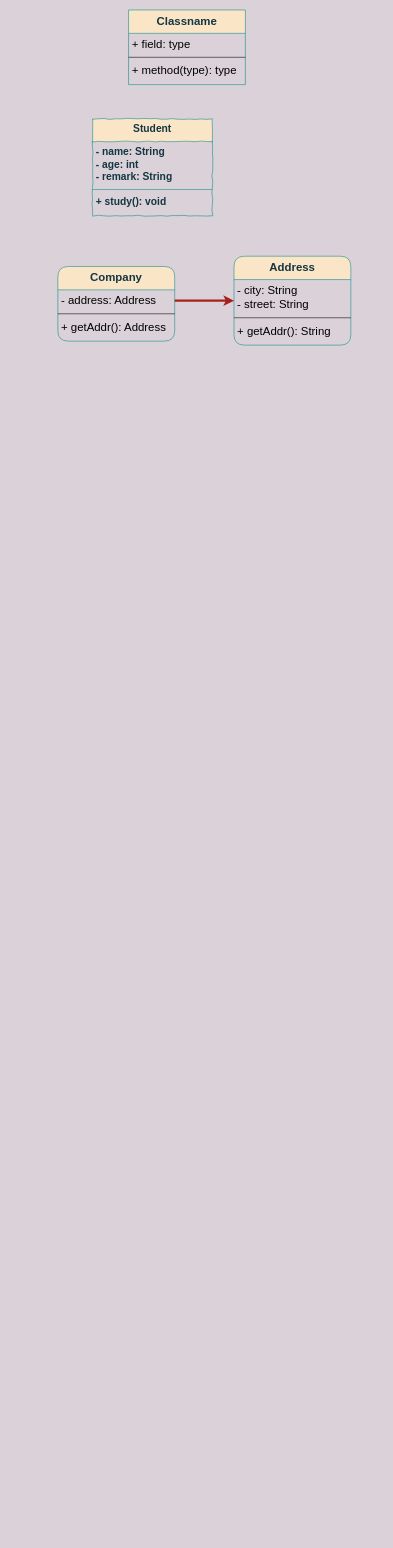
Before: 软件设计原则.drawio in C-wx/MindManager, a draw.io diagram. Source tidied: cells renumbered, new cells numbered last; positions are measured from the earlier drawing's top-left corner, leaving out a move shared by most shapes. Both pictures are drawn from the tidied source at 57%, with x=0, y=0 at pixel (58, 10).
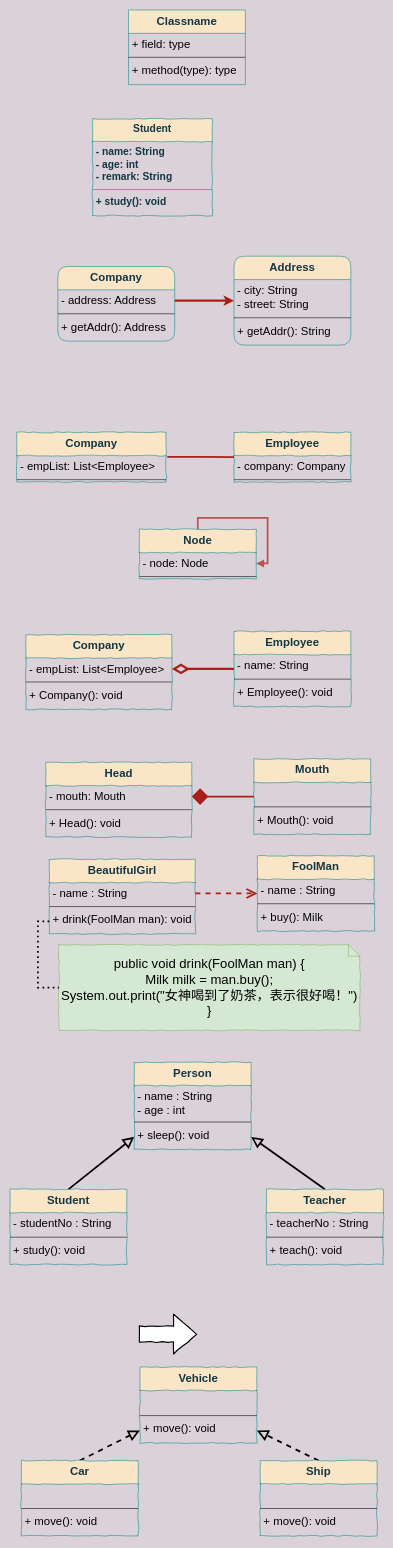
Above is the later version.

Commit message:
更新软件设计原则.drawio

The edit, as a diff of the source:
```diff
@@
+    <mxCell id="19" value="Company" style="swimlane;fontStyle=1;align=center;verticalAlign=top;horizontal=1;startSize=41;shadow=0;glass=0;comic=1;strokeColor=#0F8B8D;fillColor=#FAE5C7;fontColor=#143642;fontSize=20;rounded=0;" parent="1" vertex="1">
+      <mxGeometry x="-72" y="741" width="262" height="87" as="geometry" />
+    </mxCell>
+    <mxCell id="20" value="- empList: List&lt;Employee&gt;" style="text;strokeColor=none;fillColor=none;align=left;verticalAlign=top;spacingLeft=4;spacingRight=4;overflow=hidden;points=[[0,0.5],[1,0.5]];portConstraint=eastwest;fontSize=20;" parent="19" vertex="1">
+      <mxGeometry y="41" width="262" height="38" as="geometry" />
+    </mxCell>
+    <mxCell id="21" style="line;strokeWidth=1;fillColor=none;align=left;verticalAlign=middle;spacingTop=-1;spacingLeft=3;spacingRight=3;labelPosition=right;fontSize=20;" parent="19" vertex="1">
+      <mxGeometry y="79" width="262" height="8" as="geometry" />
+    </mxCell>
+    <mxCell id="22" value="Employee" style="swimlane;fontStyle=1;align=center;verticalAlign=top;horizontal=1;startSize=41;shadow=0;glass=0;comic=1;strokeColor=#0F8B8D;fillColor=#FAE5C7;fontColor=#143642;fontSize=20;rounded=0;" parent="1" vertex="1">
+      <mxGeometry x="309" y="741" width="205" height="87" as="geometry" />
+    </mxCell>
+    <mxCell id="23" value="- company: Company" style="text;strokeColor=none;fillColor=none;align=left;verticalAlign=top;spacingLeft=4;spacingRight=4;overflow=hidden;fontSize=20;" parent="22" vertex="1">
+      <mxGeometry y="41" width="205" height="38" as="geometry" />
+    </mxCell>
+    <mxCell id="24" style="line;strokeWidth=1;fillColor=none;align=left;verticalAlign=middle;spacingTop=-1;spacingLeft=3;spacingRight=3;labelPosition=right;fontSize=20;" parent="22" vertex="1">
+      <mxGeometry y="79" width="205" height="8" as="geometry" />
+    </mxCell>
+    <mxCell id="25" style="edgeStyle=orthogonalEdgeStyle;rounded=1;jettySize=auto;html=1;exitX=1.008;exitY=0.053;exitDx=0;exitDy=0;entryX=0;entryY=0.5;entryDx=0;entryDy=0;strokeColor=#A8201A;fillColor=#FAE5C7;fontSize=20;fontColor=#143642;strokeWidth=3;exitPerimeter=0;endArrow=none;endFill=0;" parent="1" edge="1" source="20" target="22">
+      <mxGeometry relative="1" as="geometry" />
+    </mxCell>
+    <mxCell id="26" value="Node" style="swimlane;fontStyle=1;align=center;verticalAlign=top;horizontal=1;startSize=41;shadow=0;glass=0;comic=1;strokeColor=#0F8B8D;fillColor=#FAE5C7;fontColor=#143642;fontSize=20;rounded=0;sketch=0;" parent="1" vertex="1">
+      <mxGeometry x="143" y="911" width="205" height="87" as="geometry" />
+    </mxCell>
+    <mxCell id="27" value="- node: Node" style="text;strokeColor=none;fillColor=none;align=left;verticalAlign=top;spacingLeft=4;spacingRight=4;overflow=hidden;points=[[0,0.5],[1,0.5]];portConstraint=eastwest;fontSize=20;" parent="26" vertex="1">
+      <mxGeometry y="41" width="205" height="38" as="geometry" />
+    </mxCell>
+    <mxCell id="28" style="line;strokeWidth=1;fillColor=none;align=left;verticalAlign=middle;spacingTop=-1;spacingLeft=3;spacingRight=3;labelPosition=right;fontSize=20;" parent="26" vertex="1">
+      <mxGeometry y="79" width="205" height="8" as="geometry" />
+    </mxCell>
+    <mxCell id="29" style="edgeStyle=orthogonalEdgeStyle;rounded=0;jettySize=auto;html=1;exitX=0.5;exitY=0;exitDx=0;exitDy=0;entryX=1;entryY=0.5;entryDx=0;entryDy=0;endArrow=block;endFill=1;strokeWidth=3;fillColor=#f8cecc;strokeColor=#b85450;" parent="26" edge="1" source="26" target="27">
+      <mxGeometry relative="1" as="geometry" />
+    </mxCell>
+    <mxCell id="30" value="Company" style="swimlane;fontStyle=1;align=center;verticalAlign=top;horizontal=1;startSize=41;shadow=0;glass=0;comic=1;strokeColor=#0F8B8D;fillColor=#FAE5C7;fontColor=#143642;fontSize=20;rounded=0;sketch=0;" parent="1" vertex="1">
+      <mxGeometry x="-56" y="1096" width="256" height="131" as="geometry" />
+    </mxCell>
+    <mxCell id="31" value="- empList: List&lt;Employee&gt;" style="text;strokeColor=none;fillColor=none;align=left;verticalAlign=top;spacingLeft=4;spacingRight=4;overflow=hidden;points=[[0,0.5],[1,0.5]];portConstraint=eastwest;fontSize=20;" parent="30" vertex="1">
+      <mxGeometry y="41" width="256" height="38" as="geometry" />
+    </mxCell>
+    <mxCell id="32" style="line;strokeWidth=1;fillColor=none;align=left;verticalAlign=middle;spacingTop=-1;spacingLeft=3;spacingRight=3;labelPosition=right;fontSize=20;" parent="30" vertex="1">
+      <mxGeometry y="79" width="256" height="8" as="geometry" />
+    </mxCell>
+    <mxCell id="33" value="+ Company(): void" style="text;strokeColor=none;fillColor=none;align=left;verticalAlign=top;spacingLeft=4;spacingRight=4;overflow=hidden;fontSize=20;" parent="30" vertex="1">
+      <mxGeometry y="87" width="256" height="44" as="geometry" />
+    </mxCell>
+    <mxCell id="34" value="Employee" style="swimlane;fontStyle=1;align=center;verticalAlign=top;horizontal=1;startSize=41;shadow=0;glass=0;comic=1;strokeColor=#0F8B8D;fillColor=#FAE5C7;fontColor=#143642;fontSize=20;rounded=0;" parent="1" vertex="1">
+      <mxGeometry x="309" y="1090" width="205" height="132" as="geometry" />
+    </mxCell>
+    <mxCell id="35" value="- name: String" style="text;strokeColor=none;fillColor=none;align=left;verticalAlign=top;spacingLeft=4;spacingRight=4;overflow=hidden;fontSize=20;" parent="34" vertex="1">
+      <mxGeometry y="41" width="205" height="39" as="geometry" />
+    </mxCell>
+    <mxCell id="36" style="line;strokeWidth=1;fillColor=none;align=left;verticalAlign=middle;spacingTop=-1;spacingLeft=3;spacingRight=3;labelPosition=right;fontSize=20;" parent="34" vertex="1">
+      <mxGeometry y="80" width="205" height="8" as="geometry" />
+    </mxCell>
+    <mxCell id="37" value="+ Employee(): void" style="text;strokeColor=none;fillColor=none;align=left;verticalAlign=top;spacingLeft=4;spacingRight=4;overflow=hidden;fontSize=20;" parent="34" vertex="1">
+      <mxGeometry y="88" width="205" height="44" as="geometry" />
+    </mxCell>
+    <mxCell id="38" style="edgeStyle=orthogonalEdgeStyle;rounded=1;jettySize=auto;html=1;entryX=0;entryY=0.5;entryDx=0;entryDy=0;strokeColor=#A8201A;fillColor=#FAE5C7;fontSize=20;fontColor=#143642;strokeWidth=4;endArrow=none;endFill=0;startArrow=diamondThin;startFill=0;exitX=1;exitY=0.5;exitDx=0;exitDy=0;endSize=6;startSize=20;" parent="1" edge="1" source="31" target="34">
+      <mxGeometry relative="1" as="geometry" />
+    </mxCell>
+    <mxCell id="39" value="Head" style="swimlane;fontStyle=1;align=center;verticalAlign=top;horizontal=1;startSize=41;shadow=0;glass=0;comic=1;strokeColor=#0F8B8D;fillColor=#FAE5C7;fontColor=#143642;fontSize=20;rounded=0;sketch=0;" parent="1" vertex="1">
+      <mxGeometry x="-21" y="1320" width="256" height="131" as="geometry" />
+    </mxCell>
+    <mxCell id="40" value="- mouth: Mouth" style="text;strokeColor=none;fillColor=none;align=left;verticalAlign=top;spacingLeft=4;spacingRight=4;overflow=hidden;points=[[0,0.5],[1,0.5]];portConstraint=eastwest;fontSize=20;" parent="39" vertex="1">
+      <mxGeometry y="41" width="256" height="38" as="geometry" />
+    </mxCell>
+    <mxCell id="41" style="line;strokeWidth=1;fillColor=none;align=left;verticalAlign=middle;spacingTop=-1;spacingLeft=3;spacingRight=3;labelPosition=right;fontSize=20;" parent="39" vertex="1">
+      <mxGeometry y="79" width="256" height="8" as="geometry" />
+    </mxCell>
+    <mxCell id="42" value="+ Head(): void" style="text;strokeColor=none;fillColor=none;align=left;verticalAlign=top;spacingLeft=4;spacingRight=4;overflow=hidden;fontSize=20;" parent="39" vertex="1">
+      <mxGeometry y="87" width="256" height="44" as="geometry" />
+    </mxCell>
+    <mxCell id="43" value="Mouth" style="swimlane;fontStyle=1;align=center;verticalAlign=top;horizontal=1;startSize=41;shadow=0;glass=0;comic=1;strokeColor=#0F8B8D;fillColor=#FAE5C7;fontColor=#143642;fontSize=20;rounded=0;" parent="1" vertex="1">
+      <mxGeometry x="344" y="1314" width="205" height="132" as="geometry" />
+    </mxCell>
+    <mxCell id="44" value=" " style="text;strokeColor=none;fillColor=none;align=left;verticalAlign=top;spacingLeft=4;spacingRight=4;overflow=hidden;fontSize=20;" parent="43" vertex="1">
+      <mxGeometry y="41" width="205" height="39" as="geometry" />
+    </mxCell>
+    <mxCell id="45" style="line;strokeWidth=1;fillColor=none;align=left;verticalAlign=middle;spacingTop=-1;spacingLeft=3;spacingRight=3;labelPosition=right;fontSize=20;" parent="43" vertex="1">
+      <mxGeometry y="80" width="205" height="8" as="geometry" />
+    </mxCell>
+    <mxCell id="46" value="+ Mouth(): void" style="text;strokeColor=none;fillColor=none;align=left;verticalAlign=top;spacingLeft=4;spacingRight=4;overflow=hidden;fontSize=20;" parent="43" vertex="1">
+      <mxGeometry y="88" width="205" height="44" as="geometry" />
+    </mxCell>
+    <mxCell id="47" style="edgeStyle=orthogonalEdgeStyle;rounded=1;jettySize=auto;html=1;entryX=0;entryY=0.5;entryDx=0;entryDy=0;strokeColor=#A8201A;fillColor=#FAE5C7;fontSize=20;fontColor=#143642;strokeWidth=3;endArrow=none;endFill=0;startArrow=diamond;startFill=1;exitX=1;exitY=0.5;exitDx=0;exitDy=0;endSize=6;startSize=22;sourcePerimeterSpacing=-17;" parent="1" edge="1" source="40" target="43">
+      <mxGeometry relative="1" as="geometry" />
+    </mxCell>
+    <mxCell id="48" value="BeautifulGirl" style="swimlane;fontStyle=1;align=center;verticalAlign=top;horizontal=1;startSize=41;shadow=0;glass=0;comic=1;strokeColor=#0F8B8D;fillColor=#FAE5C7;fontColor=#143642;fontSize=20;rounded=0;sketch=0;" parent="1" vertex="1">
+      <mxGeometry x="-15" y="1490" width="256" height="131" as="geometry" />
+    </mxCell>
+    <mxCell id="49" value="- name : String" style="text;strokeColor=none;fillColor=none;align=left;verticalAlign=top;spacingLeft=4;spacingRight=4;overflow=hidden;points=[[0,0.5],[1,0.5]];portConstraint=eastwest;fontSize=20;" parent="48" vertex="1">
+      <mxGeometry y="41" width="256" height="38" as="geometry" />
+    </mxCell>
+    <mxCell id="50" style="line;strokeWidth=1;fillColor=none;align=left;verticalAlign=middle;spacingTop=-1;spacingLeft=3;spacingRight=3;labelPosition=right;fontSize=20;" parent="48" vertex="1">
+      <mxGeometry y="79" width="256" height="8" as="geometry" />
+    </mxCell>
+    <mxCell id="51" value="+ drink(FoolMan man): void" style="text;strokeColor=none;fillColor=none;align=left;verticalAlign=top;spacingLeft=4;spacingRight=4;overflow=hidden;points=[[0,0.5],[1,0.5]];portConstraint=eastwest;fontSize=20;" parent="48" vertex="1">
+      <mxGeometry y="87" width="256" height="44" as="geometry" />
+    </mxCell>
+    <mxCell id="52" value="FoolMan" style="swimlane;fontStyle=1;align=center;verticalAlign=top;horizontal=1;startSize=41;shadow=0;glass=0;comic=1;strokeColor=#0F8B8D;fillColor=#FAE5C7;fontColor=#143642;fontSize=20;rounded=0;" parent="1" vertex="1">
+      <mxGeometry x="350" y="1484" width="205" height="132" as="geometry" />
+    </mxCell>
+    <mxCell id="53" value="- name : String" style="text;strokeColor=none;fillColor=none;align=left;verticalAlign=top;spacingLeft=4;spacingRight=4;overflow=hidden;fontSize=20;" parent="52" vertex="1">
+      <mxGeometry y="41" width="205" height="39" as="geometry" />
+    </mxCell>
+    <mxCell id="54" style="line;strokeWidth=1;fillColor=none;align=left;verticalAlign=middle;spacingTop=-1;spacingLeft=3;spacingRight=3;labelPosition=right;fontSize=20;" parent="52" vertex="1">
+      <mxGeometry y="80" width="205" height="8" as="geometry" />
+    </mxCell>
+    <mxCell id="55" value="+ buy(): Milk" style="text;strokeColor=none;fillColor=none;align=left;verticalAlign=top;spacingLeft=4;spacingRight=4;overflow=hidden;fontSize=20;" parent="52" vertex="1">
+      <mxGeometry y="88" width="205" height="44" as="geometry" />
+    </mxCell>
+    <mxCell id="56" style="edgeStyle=orthogonalEdgeStyle;rounded=1;jettySize=auto;html=1;entryX=0;entryY=0.5;entryDx=0;entryDy=0;strokeColor=#A8201A;fillColor=#FAE5C7;fontSize=20;fontColor=#143642;strokeWidth=3;endArrow=open;endFill=0;startArrow=none;startFill=0;exitX=1;exitY=0.5;exitDx=0;exitDy=0;endSize=13;startSize=6;sourcePerimeterSpacing=0;dashed=1;" parent="1" edge="1" source="49" target="52">
+      <mxGeometry relative="1" as="geometry" />
+    </mxCell>
+    <mxCell id="57" value="&lt;font style=&quot;font-size: 23px&quot;&gt;public void drink(FoolMan man) {&lt;br&gt;Milk milk = man.buy();&lt;br&gt;System.out.print(&quot;女神喝到了奶茶，表示很好喝！&quot;)&lt;br&gt;}&lt;/font&gt;" style="shape=note;size=20;whiteSpace=wrap;html=1;rounded=0;shadow=0;comic=1;sketch=0;fillColor=#d5e8d4;strokeColor=#82b366;" parent="1" vertex="1">
+      <mxGeometry x="2" y="1640" width="528" height="150" as="geometry" />
+    </mxCell>
+    <mxCell id="58" style="edgeStyle=orthogonalEdgeStyle;rounded=0;jettySize=auto;html=1;exitX=0;exitY=0.5;exitDx=0;exitDy=0;entryX=0;entryY=0.5;entryDx=0;entryDy=0;entryPerimeter=0;startArrow=none;startFill=0;startSize=22;sourcePerimeterSpacing=-17;endArrow=none;endFill=0;endSize=6;strokeWidth=3;dashed=1;dashPattern=1 2;" parent="1" edge="1" source="51" target="57">
+      <mxGeometry relative="1" as="geometry" />
+    </mxCell>
+    <mxCell id="59" value="Person" style="swimlane;fontStyle=1;align=center;verticalAlign=top;horizontal=1;startSize=41;shadow=0;glass=0;comic=1;strokeColor=#0F8B8D;fillColor=#FAE5C7;fontColor=#143642;fontSize=20;rounded=0;" parent="1" vertex="1">
+      <mxGeometry x="134" y="1846" width="205" height="153" as="geometry" />
+    </mxCell>
+    <mxCell id="60" value="- name : String&#10;- age : int" style="text;strokeColor=none;fillColor=none;align=left;verticalAlign=top;spacingLeft=4;spacingRight=4;overflow=hidden;fontSize=20;" parent="59" vertex="1">
+      <mxGeometry y="41" width="205" height="60" as="geometry" />
+    </mxCell>
+    <mxCell id="61" style="line;strokeWidth=1;fillColor=none;align=left;verticalAlign=middle;spacingTop=-1;spacingLeft=3;spacingRight=3;labelPosition=right;fontSize=20;" parent="59" vertex="1">
+      <mxGeometry y="101" width="205" height="8" as="geometry" />
+    </mxCell>
+    <mxCell id="62" value="+ sleep(): void" style="text;strokeColor=none;fillColor=none;align=left;verticalAlign=top;spacingLeft=4;spacingRight=4;overflow=hidden;points=[[0,0.5],[1,0.5]];portConstraint=eastwest;fontSize=20;" parent="59" vertex="1">
+      <mxGeometry y="109" width="205" height="44" as="geometry" />
+    </mxCell>
+    <mxCell id="63" style="rounded=0;jettySize=auto;html=1;exitX=0.5;exitY=0;exitDx=0;exitDy=0;entryX=0;entryY=0.5;entryDx=0;entryDy=0;startArrow=none;startFill=0;startSize=6;sourcePerimeterSpacing=0;endArrow=block;endFill=0;endSize=13;strokeWidth=3;" parent="1" edge="1" source="64" target="62">
+      <mxGeometry relative="1" as="geometry" />
+    </mxCell>
+    <mxCell id="64" value="Student" style="swimlane;fontStyle=1;align=center;verticalAlign=top;horizontal=1;startSize=41;shadow=0;glass=0;comic=1;strokeColor=#0F8B8D;fillColor=#FAE5C7;fontColor=#143642;fontSize=20;rounded=0;" parent="1" vertex="1">
+      <mxGeometry x="-84" y="2069" width="205" height="132" as="geometry" />
+    </mxCell>
+    <mxCell id="65" value="- studentNo : String" style="text;strokeColor=none;fillColor=none;align=left;verticalAlign=top;spacingLeft=4;spacingRight=4;overflow=hidden;fontSize=20;" parent="64" vertex="1">
+      <mxGeometry y="41" width="205" height="39" as="geometry" />
+    </mxCell>
+    <mxCell id="66" style="line;strokeWidth=1;fillColor=none;align=left;verticalAlign=middle;spacingTop=-1;spacingLeft=3;spacingRight=3;labelPosition=right;fontSize=20;" parent="64" vertex="1">
+      <mxGeometry y="80" width="205" height="8" as="geometry" />
+    </mxCell>
+    <mxCell id="67" value="+ study(): void" style="text;strokeColor=none;fillColor=none;align=left;verticalAlign=top;spacingLeft=4;spacingRight=4;overflow=hidden;fontSize=20;" parent="64" vertex="1">
+      <mxGeometry y="88" width="205" height="44" as="geometry" />
+    </mxCell>
+    <mxCell id="68" style="rounded=0;jettySize=auto;html=1;exitX=0.5;exitY=0;exitDx=0;exitDy=0;entryX=1;entryY=0.5;entryDx=0;entryDy=0;startArrow=none;startFill=0;startSize=6;sourcePerimeterSpacing=0;endArrow=block;endFill=0;endSize=13;strokeWidth=3;" parent="1" edge="1" source="69" target="62">
+      <mxGeometry relative="1" as="geometry" />
+    </mxCell>
+    <mxCell id="69" value="Teacher" style="swimlane;fontStyle=1;align=center;verticalAlign=top;horizontal=1;startSize=41;shadow=0;glass=0;comic=1;strokeColor=#0F8B8D;fillColor=#FAE5C7;fontColor=#143642;fontSize=20;rounded=0;" parent="1" vertex="1">
+      <mxGeometry x="366" y="2069" width="205" height="132" as="geometry" />
+    </mxCell>
+    <mxCell id="70" value="- teacherNo : String" style="text;strokeColor=none;fillColor=none;align=left;verticalAlign=top;spacingLeft=4;spacingRight=4;overflow=hidden;fontSize=20;" parent="69" vertex="1">
+      <mxGeometry y="41" width="205" height="39" as="geometry" />
+    </mxCell>
+    <mxCell id="71" style="line;strokeWidth=1;fillColor=none;align=left;verticalAlign=middle;spacingTop=-1;spacingLeft=3;spacingRight=3;labelPosition=right;fontSize=20;" parent="69" vertex="1">
+      <mxGeometry y="80" width="205" height="8" as="geometry" />
+    </mxCell>
+    <mxCell id="72" value="+ teach(): void" style="text;strokeColor=none;fillColor=none;align=left;verticalAlign=top;spacingLeft=4;spacingRight=4;overflow=hidden;fontSize=20;" parent="69" vertex="1">
+      <mxGeometry y="88" width="205" height="44" as="geometry" />
+    </mxCell>
+    <mxCell id="73" style="verticalLabelPosition=bottom;verticalAlign=top;html=1;strokeWidth=2;shape=mxgraph.arrows2.arrow;dy=0.6;dx=40;notch=0;rounded=0;shadow=0;comic=1;sketch=0;" parent="1" vertex="1">
+      <mxGeometry x="143" y="2288" width="100" height="70" as="geometry" />
+    </mxCell>
+    <mxCell id="74" value="Vehicle" style="swimlane;fontStyle=1;align=center;verticalAlign=top;horizontal=1;startSize=41;shadow=0;glass=0;comic=1;strokeColor=#0F8B8D;fillColor=#FAE5C7;fontColor=#143642;fontSize=20;rounded=0;" parent="1" vertex="1">
+      <mxGeometry x="144" y="2381" width="205" height="133" as="geometry" />
+    </mxCell>
+    <mxCell id="75" value=" " style="text;strokeColor=none;fillColor=none;align=left;verticalAlign=top;spacingLeft=4;spacingRight=4;overflow=hidden;fontSize=20;" parent="74" vertex="1">
+      <mxGeometry y="41" width="205" height="40" as="geometry" />
+    </mxCell>
+    <mxCell id="76" style="line;strokeWidth=1;fillColor=none;align=left;verticalAlign=middle;spacingTop=-1;spacingLeft=3;spacingRight=3;labelPosition=right;fontSize=20;" parent="74" vertex="1">
+      <mxGeometry y="81" width="205" height="8" as="geometry" />
+    </mxCell>
+    <mxCell id="77" value="+ move(): void" style="text;strokeColor=none;fillColor=none;align=left;verticalAlign=top;spacingLeft=4;spacingRight=4;overflow=hidden;points=[[0,0.5],[1,0.5]];portConstraint=eastwest;fontSize=20;" parent="74" vertex="1">
+      <mxGeometry y="89" width="205" height="44" as="geometry" />
+    </mxCell>
+    <mxCell id="78" style="rounded=0;jettySize=auto;html=1;exitX=0.5;exitY=0;exitDx=0;exitDy=0;entryX=0;entryY=0.5;entryDx=0;entryDy=0;startArrow=none;startFill=0;startSize=6;sourcePerimeterSpacing=0;endArrow=block;endFill=0;endSize=13;strokeWidth=3;dashed=1;" parent="1" edge="1" source="79" target="77">
+      <mxGeometry relative="1" as="geometry" />
+    </mxCell>
+    <mxCell id="79" value="Car" style="swimlane;fontStyle=1;align=center;verticalAlign=top;horizontal=1;startSize=41;shadow=0;glass=0;comic=1;strokeColor=#0F8B8D;fillColor=#FAE5C7;fontColor=#143642;fontSize=20;rounded=0;" parent="1" vertex="1">
+      <mxGeometry x="-64" y="2545" width="205" height="132" as="geometry" />
+    </mxCell>
+    <mxCell id="80" value=" " style="text;strokeColor=none;fillColor=none;align=left;verticalAlign=top;spacingLeft=4;spacingRight=4;overflow=hidden;fontSize=20;" parent="79" vertex="1">
+      <mxGeometry y="41" width="205" height="39" as="geometry" />
+    </mxCell>
+    <mxCell id="81" style="line;strokeWidth=1;fillColor=none;align=left;verticalAlign=middle;spacingTop=-1;spacingLeft=3;spacingRight=3;labelPosition=right;fontSize=20;" parent="79" vertex="1">
+      <mxGeometry y="80" width="205" height="8" as="geometry" />
+    </mxCell>
+    <mxCell id="82" value="+ move(): void" style="text;strokeColor=none;fillColor=none;align=left;verticalAlign=top;spacingLeft=4;spacingRight=4;overflow=hidden;fontSize=20;" parent="79" vertex="1">
+      <mxGeometry y="88" width="205" height="44" as="geometry" />
+    </mxCell>
+    <mxCell id="83" style="rounded=0;jettySize=auto;html=1;exitX=0.5;exitY=0;exitDx=0;exitDy=0;entryX=1;entryY=0.5;entryDx=0;entryDy=0;startArrow=none;startFill=0;startSize=6;sourcePerimeterSpacing=0;endArrow=block;endFill=0;endSize=13;strokeWidth=3;dashed=1;" parent="1" edge="1" source="84" target="77">
+      <mxGeometry relative="1" as="geometry" />
+    </mxCell>
+    <mxCell id="84" value="Ship" style="swimlane;fontStyle=1;align=center;verticalAlign=top;horizontal=1;startSize=41;shadow=0;glass=0;comic=1;strokeColor=#0F8B8D;fillColor=#FAE5C7;fontColor=#143642;fontSize=20;rounded=0;" parent="1" vertex="1">
+      <mxGeometry x="355" y="2545" width="205" height="132" as="geometry" />
+    </mxCell>
+    <mxCell id="85" value=" " style="text;strokeColor=none;fillColor=none;align=left;verticalAlign=top;spacingLeft=4;spacingRight=4;overflow=hidden;fontSize=20;" parent="84" vertex="1">
+      <mxGeometry y="41" width="205" height="39" as="geometry" />
+    </mxCell>
+    <mxCell id="86" style="line;strokeWidth=1;fillColor=none;align=left;verticalAlign=middle;spacingTop=-1;spacingLeft=3;spacingRight=3;labelPosition=right;fontSize=20;" parent="84" vertex="1">
+      <mxGeometry y="80" width="205" height="8" as="geometry" />
+    </mxCell>
+    <mxCell id="87" value="+ move(): void" style="text;strokeColor=none;fillColor=none;align=left;verticalAlign=top;spacingLeft=4;spacingRight=4;overflow=hidden;fontSize=20;" parent="84" vertex="1">
+      <mxGeometry y="88" width="205" height="44" as="geometry" />
+    </mxCell>
```
